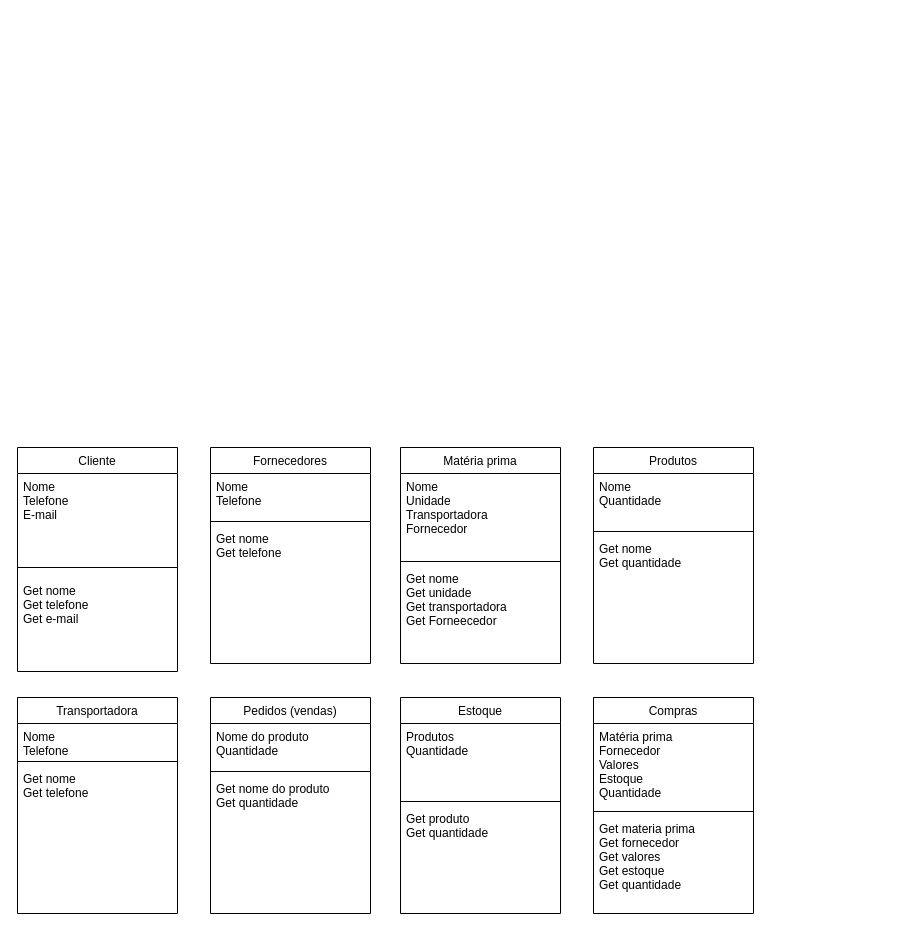
The draw.io diagram diagramadeclasses.drawio in Barrosmaria07/fluxograma, before the edit. Source tidied: cells renumbered, new cells numbered last; positions are measured from the earlier drawing's top-left corner, leaving out a move shared by most shapes. Both pictures are drawn from the tidied source at 100%, with x=0, y=0 at pixel (17, 447).
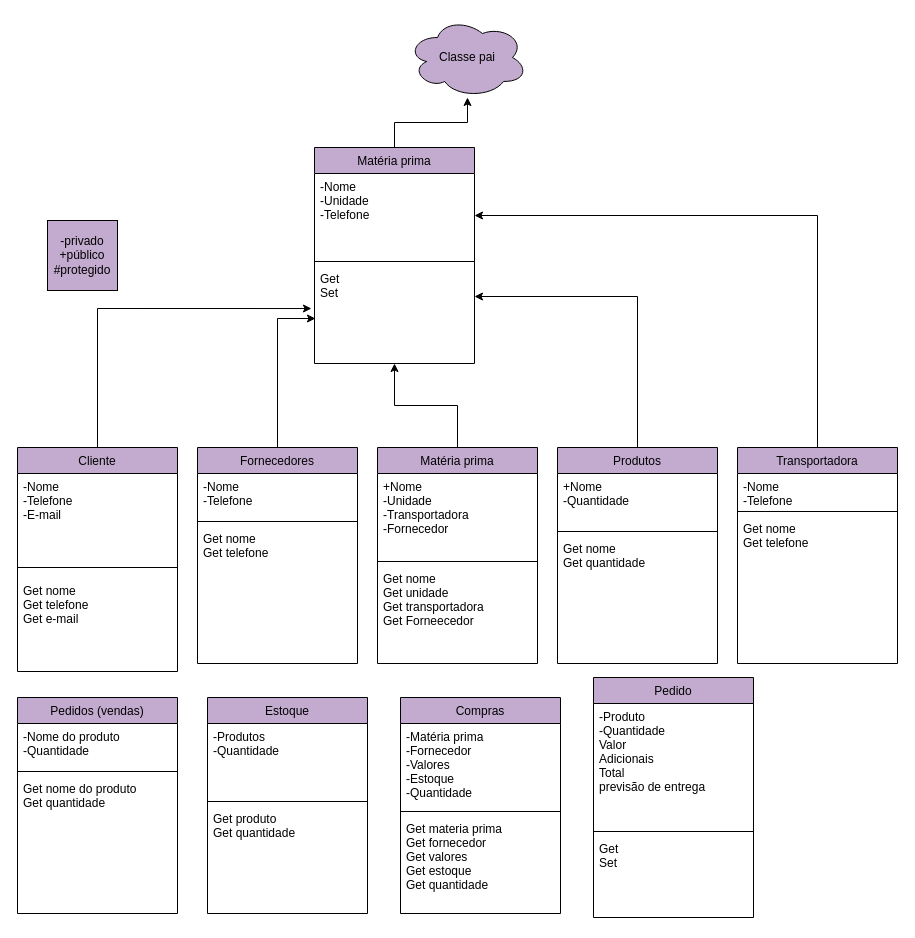
The same diagram, later.

Diff of the diagram source:
```diff
@@
     <mxCell id="2" style="group;" parent="1" vertex="1">
-      <mxGeometry width="736" height="466" as="geometry" />
+      <mxGeometry width="736" height="470" as="geometry" />
     </mxCell>
-    <mxCell id="3" value="Transportadora" style="swimlane;fontStyle=0;align=center;verticalAlign=top;horizontal=1;startSize=26;rounded=0;shadow=0;strokeWidth=1;" parent="2" vertex="1">
-      <mxGeometry y="250" width="160" height="216" as="geometry" />
+    <mxCell id="3" value="Transportadora" style="swimlane;fontStyle=0;align=center;verticalAlign=top;horizontal=1;startSize=26;rounded=0;shadow=0;strokeWidth=1;fillColor=#C3ABD0;" parent="2" vertex="1">
+      <mxGeometry x="720" width="160" height="216" as="geometry" />
     </mxCell>
-    <mxCell id="4" value="Nome &#10;Telefone&#10;" style="text;align=left;verticalAlign=top;spacingLeft=4;spacingRight=4;overflow=hidden;" parent="3" vertex="1">
+    <mxCell id="4" value="-Nome &#10;-Telefone&#10;" style="text;align=left;verticalAlign=top;spacingLeft=4;spacingRight=4;overflow=hidden;" parent="3" vertex="1">
       <mxGeometry y="26" width="160" height="34" as="geometry" />
     </mxCell>
@@
-    <mxCell id="7" value="Fornecedores" style="swimlane;fontStyle=0;align=center;verticalAlign=top;horizontal=1;startSize=26;rounded=0;shadow=0;strokeWidth=1;" parent="2" vertex="1">
-      <mxGeometry x="193" width="160" height="216" as="geometry" />
+    <mxCell id="7" value="Fornecedores" style="swimlane;fontStyle=0;align=center;verticalAlign=top;horizontal=1;startSize=26;rounded=0;shadow=0;strokeWidth=1;fillColor=#C3ABD0;" parent="2" vertex="1">
+      <mxGeometry x="180" width="160" height="216" as="geometry" />
     </mxCell>
-    <mxCell id="8" value="Nome &#10;Telefone&#10;" style="text;align=left;verticalAlign=top;spacingLeft=4;spacingRight=4;overflow=hidden;" parent="7" vertex="1">
+    <mxCell id="8" value="-Nome &#10;-Telefone&#10;" style="text;align=left;verticalAlign=top;spacingLeft=4;spacingRight=4;overflow=hidden;" parent="7" vertex="1">
       <mxGeometry y="26" width="160" height="44" as="geometry" />
     </mxCell>
@@
-    <mxCell id="11" value="Estoque" style="swimlane;fontStyle=0;align=center;verticalAlign=top;horizontal=1;startSize=26;rounded=0;shadow=0;strokeWidth=1;" parent="2" vertex="1">
-      <mxGeometry x="383" y="250" width="160" height="216" as="geometry" />
+    <mxCell id="11" value="Estoque" style="swimlane;fontStyle=0;align=center;verticalAlign=top;horizontal=1;startSize=26;rounded=0;shadow=0;strokeWidth=1;fillColor=#C3ABD0;" parent="2" vertex="1">
+      <mxGeometry x="190" y="250" width="160" height="216" as="geometry" />
     </mxCell>
-    <mxCell id="12" value="Produtos&#10;Quantidade" style="text;align=left;verticalAlign=top;spacingLeft=4;spacingRight=4;overflow=hidden;" parent="11" vertex="1">
+    <mxCell id="12" value="-Produtos&#10;-Quantidade" style="text;align=left;verticalAlign=top;spacingLeft=4;spacingRight=4;overflow=hidden;" parent="11" vertex="1">
       <mxGeometry y="26" width="160" height="74" as="geometry" />
     </mxCell>
@@
-    <mxCell id="15" value="Compras" style="swimlane;fontStyle=0;align=center;verticalAlign=top;horizontal=1;startSize=26;rounded=0;shadow=0;strokeWidth=1;" parent="2" vertex="1">
-      <mxGeometry x="576" y="250" width="160" height="216" as="geometry" />
+    <mxCell id="15" value="Compras" style="swimlane;fontStyle=0;align=center;verticalAlign=top;horizontal=1;startSize=26;rounded=0;shadow=0;strokeWidth=1;fillColor=#C3ABD0;" parent="2" vertex="1">
+      <mxGeometry x="383" y="250" width="160" height="216" as="geometry" />
     </mxCell>
-    <mxCell id="16" value="Matéria prima&#10;Fornecedor&#10;Valores&#10;Estoque&#10;Quantidade" style="text;align=left;verticalAlign=top;spacingLeft=4;spacingRight=4;overflow=hidden;" parent="15" vertex="1">
+    <mxCell id="16" value="-Matéria prima&#10;-Fornecedor&#10;-Valores&#10;-Estoque&#10;-Quantidade" style="text;align=left;verticalAlign=top;spacingLeft=4;spacingRight=4;overflow=hidden;" parent="15" vertex="1">
       <mxGeometry y="26" width="160" height="84" as="geometry" />
     </mxCell>
@@
-    <mxCell id="19" value="Cliente" style="swimlane;fontStyle=0;align=center;verticalAlign=top;horizontal=1;startSize=26;rounded=0;shadow=0;strokeWidth=1;" parent="2" vertex="1">
+    <mxCell id="19" value="Cliente" style="swimlane;fontStyle=0;align=center;verticalAlign=top;horizontal=1;startSize=26;rounded=0;shadow=0;strokeWidth=1;fillColor=#C3ABD0;" parent="2" vertex="1">
       <mxGeometry width="160" height="224" as="geometry" />
     </mxCell>
-    <mxCell id="20" value="Nome&#10;Telefone&#10;E-mail&#10;" style="text;align=left;verticalAlign=top;spacingLeft=4;spacingRight=4;overflow=hidden;" parent="19" vertex="1">
+    <mxCell id="20" value="-Nome&#10;-Telefone&#10;-E-mail&#10;" style="text;align=left;verticalAlign=top;spacingLeft=4;spacingRight=4;overflow=hidden;" parent="19" vertex="1">
       <mxGeometry y="26" width="160" height="84" as="geometry" />
     </mxCell>
@@
-    <mxCell id="23" value="Pedidos (vendas)" style="swimlane;fontStyle=0;align=center;verticalAlign=top;horizontal=1;startSize=26;rounded=0;shadow=0;strokeWidth=1;" parent="2" vertex="1">
-      <mxGeometry x="193" y="250" width="160" height="216" as="geometry" />
+    <mxCell id="23" value="Pedidos (vendas)" style="swimlane;fontStyle=0;align=center;verticalAlign=top;horizontal=1;startSize=26;rounded=0;shadow=0;strokeWidth=1;fillColor=#C3ABD0;" parent="2" vertex="1">
+      <mxGeometry y="250" width="160" height="216" as="geometry" />
     </mxCell>
-    <mxCell id="24" value="Nome do produto&#10;Quantidade&#10;" style="text;align=left;verticalAlign=top;spacingLeft=4;spacingRight=4;overflow=hidden;" parent="23" vertex="1">
+    <mxCell id="24" value="-Nome do produto&#10;-Quantidade&#10;" style="text;align=left;verticalAlign=top;spacingLeft=4;spacingRight=4;overflow=hidden;" parent="23" vertex="1">
       <mxGeometry y="26" width="160" height="44" as="geometry" />
     </mxCell>
@@
-    <mxCell id="27" value="Matéria prima" style="swimlane;fontStyle=0;align=center;verticalAlign=top;horizontal=1;startSize=26;rounded=0;shadow=0;strokeWidth=1;" parent="2" vertex="1">
-      <mxGeometry x="383" width="160" height="216" as="geometry" />
+    <mxCell id="27" value="Matéria prima" style="swimlane;fontStyle=0;align=center;verticalAlign=top;horizontal=1;startSize=26;rounded=0;shadow=0;strokeWidth=1;fillColor=#C3ABD0;" parent="2" vertex="1">
+      <mxGeometry x="360" width="160" height="216" as="geometry" />
     </mxCell>
-    <mxCell id="28" value="Nome&#10;Unidade&#10;Transportadora&#10;Fornecedor" style="text;align=left;verticalAlign=top;spacingLeft=4;spacingRight=4;overflow=hidden;" parent="27" vertex="1">
+    <mxCell id="28" value="+Nome&#10;-Unidade&#10;-Transportadora&#10;-Fornecedor" style="text;align=left;verticalAlign=top;spacingLeft=4;spacingRight=4;overflow=hidden;" parent="27" vertex="1">
       <mxGeometry y="26" width="160" height="84" as="geometry" />
     </mxCell>
@@
-    <mxCell id="31" value="Produtos" style="swimlane;fontStyle=0;align=center;verticalAlign=top;horizontal=1;startSize=26;rounded=0;shadow=0;strokeWidth=1;" parent="2" vertex="1">
-      <mxGeometry x="576" width="160" height="216" as="geometry" />
+    <mxCell id="31" value="Produtos" style="swimlane;fontStyle=0;align=center;verticalAlign=top;horizontal=1;startSize=26;rounded=0;shadow=0;strokeWidth=1;fillColor=#C3ABD0;" parent="2" vertex="1">
+      <mxGeometry x="540" width="160" height="216" as="geometry" />
     </mxCell>
-    <mxCell id="32" value="Nome&#10;Quantidade" style="text;align=left;verticalAlign=top;spacingLeft=4;spacingRight=4;overflow=hidden;" parent="31" vertex="1">
+    <mxCell id="32" value="+Nome&#10;-Quantidade" style="text;align=left;verticalAlign=top;spacingLeft=4;spacingRight=4;overflow=hidden;" parent="31" vertex="1">
       <mxGeometry y="26" width="160" height="54" as="geometry" />
     </mxCell>
@@
+    <mxCell id="35" value="Pedido" style="swimlane;fontStyle=0;align=center;verticalAlign=top;horizontal=1;startSize=26;rounded=0;shadow=0;strokeWidth=1;fillColor=#C3ABD0;" parent="2" vertex="1">
+      <mxGeometry x="576" y="230" width="160" height="240" as="geometry" />
+    </mxCell>
+    <mxCell id="36" value="-Produto&#10;-Quantidade&#10;Valor&#10;Adicionais&#10;Total&#10;previsão de entrega" style="text;align=left;verticalAlign=top;spacingLeft=4;spacingRight=4;overflow=hidden;" parent="35" vertex="1">
+      <mxGeometry y="26" width="160" height="124" as="geometry" />
+    </mxCell>
+    <mxCell id="37" style="line;html=1;strokeWidth=1;align=left;verticalAlign=middle;spacingTop=-1;spacingLeft=3;spacingRight=3;labelPosition=right;" parent="35" vertex="1">
+      <mxGeometry y="150" width="160" height="8" as="geometry" />
+    </mxCell>
+    <mxCell id="38" value="Get&#10;Set" style="text;align=left;verticalAlign=top;spacingLeft=4;spacingRight=4;overflow=hidden;" parent="35" vertex="1">
+      <mxGeometry y="158" width="160" height="82" as="geometry" />
+    </mxCell>
+    <mxCell id="39" value="-privado&lt;div&gt;+público&lt;/div&gt;&lt;div&gt;#protegido&lt;/div&gt;" style="whiteSpace=wrap;html=1;strokeWidth=1;fillColor=#C3ABD0;" parent="1" vertex="1">
+      <mxGeometry x="30" y="-227" width="70" height="70" as="geometry" />
+    </mxCell>
+    <mxCell id="40" style="edgeStyle=orthogonalEdgeStyle;rounded=0;jettySize=auto;html=1;" parent="1" edge="1" source="41" target="49">
+      <mxGeometry relative="1" as="geometry" />
+    </mxCell>
+    <mxCell id="41" value="Matéria prima" style="swimlane;fontStyle=0;align=center;verticalAlign=top;horizontal=1;startSize=26;rounded=0;shadow=0;strokeWidth=1;fillColor=#C3ABD0;" parent="1" vertex="1">
+      <mxGeometry x="297" y="-300" width="160" height="216" as="geometry" />
+    </mxCell>
+    <mxCell id="42" value="-Nome&#10;-Unidade&#10;-Telefone&#10;" style="text;align=left;verticalAlign=top;spacingLeft=4;spacingRight=4;overflow=hidden;points=[[0,0.5],[1,0.5]];portConstraint=eastwest;" parent="41" vertex="1">
+      <mxGeometry y="26" width="160" height="84" as="geometry" />
+    </mxCell>
+    <mxCell id="43" style="line;html=1;strokeWidth=1;align=left;verticalAlign=middle;spacingTop=-1;spacingLeft=3;spacingRight=3;labelPosition=right;" parent="41" vertex="1">
+      <mxGeometry y="110" width="160" height="8" as="geometry" />
+    </mxCell>
+    <mxCell id="44" value="Get &#10;Set" style="text;align=left;verticalAlign=top;spacingLeft=4;spacingRight=4;overflow=hidden;points=[[0,0.5],[1,0.5]];portConstraint=eastwest;" parent="41" vertex="1">
+      <mxGeometry y="118" width="160" height="62" as="geometry" />
+    </mxCell>
+    <mxCell id="45" style="edgeStyle=orthogonalEdgeStyle;rounded=0;jettySize=auto;html=1;entryX=-0.019;entryY=0.694;entryDx=0;entryDy=0;entryPerimeter=0;" parent="1" edge="1" source="19" target="44">
+      <mxGeometry relative="1" as="geometry" />
+    </mxCell>
+    <mxCell id="46" style="edgeStyle=orthogonalEdgeStyle;rounded=0;jettySize=auto;html=1;exitX=0.5;exitY=0;exitDx=0;exitDy=0;entryX=0.006;entryY=0.855;entryDx=0;entryDy=0;entryPerimeter=0;" parent="1" edge="1" source="7" target="44">
+      <mxGeometry relative="1" as="geometry" />
+    </mxCell>
+    <mxCell id="47" style="edgeStyle=orthogonalEdgeStyle;rounded=0;jettySize=auto;html=1;entryX=0.5;entryY=1;entryDx=0;entryDy=0;" parent="1" edge="1" source="27" target="41">
+      <mxGeometry relative="1" as="geometry" />
+    </mxCell>
+    <mxCell id="48" style="edgeStyle=orthogonalEdgeStyle;rounded=0;jettySize=auto;html=1;" parent="1" edge="1" source="31" target="44">
+      <mxGeometry relative="1" as="geometry" />
+    </mxCell>
+    <mxCell id="49" value="Classe pai" style="ellipse;shape=cloud;whiteSpace=wrap;html=1;fillColor=#C3ABD0;" parent="1" vertex="1">
+      <mxGeometry x="390" y="-430" width="120" height="80" as="geometry" />
+    </mxCell>
+    <mxCell id="50" style="edgeStyle=orthogonalEdgeStyle;rounded=0;jettySize=auto;html=1;" parent="1" edge="1" source="3" target="42">
+      <mxGeometry relative="1" as="geometry" />
+    </mxCell>
```
